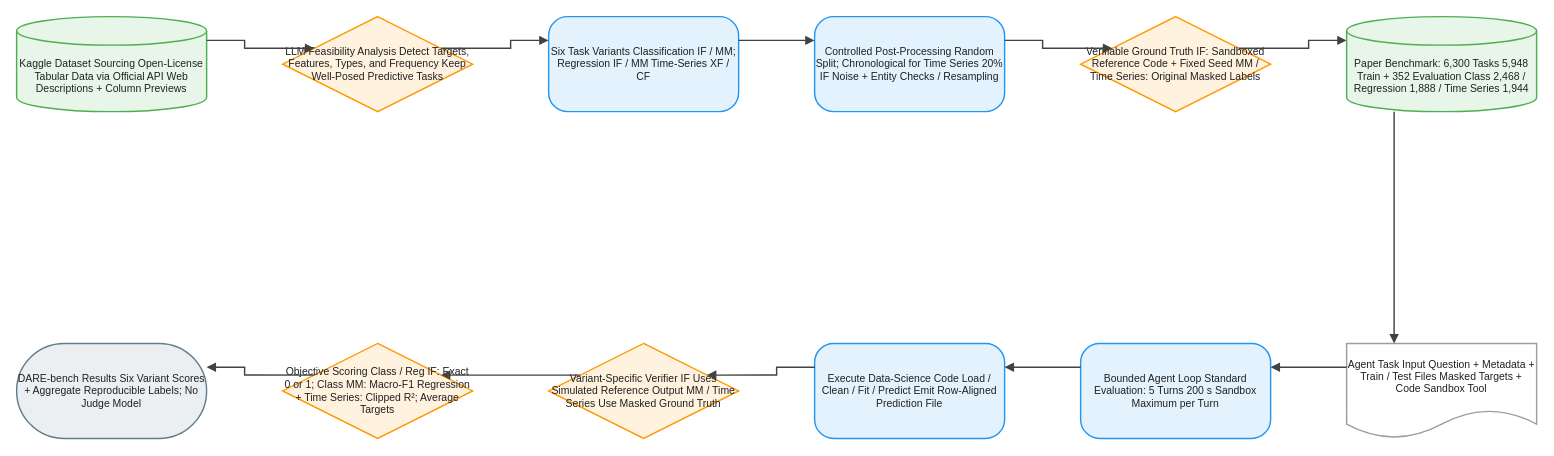
This is client/public/drawio/DARE-bench/DARE-bench.en.drawio from joe1chief/benchmark-hub, a draw.io file, before an edit. Source tidied: cells renumbered, new cells numbered last; positions are measured from the earlier drawing's top-left corner, leaving out a move shared by most shapes. Both pictures are drawn from the tidied source at 95%, with x=0, y=0 at pixel (16, 16).
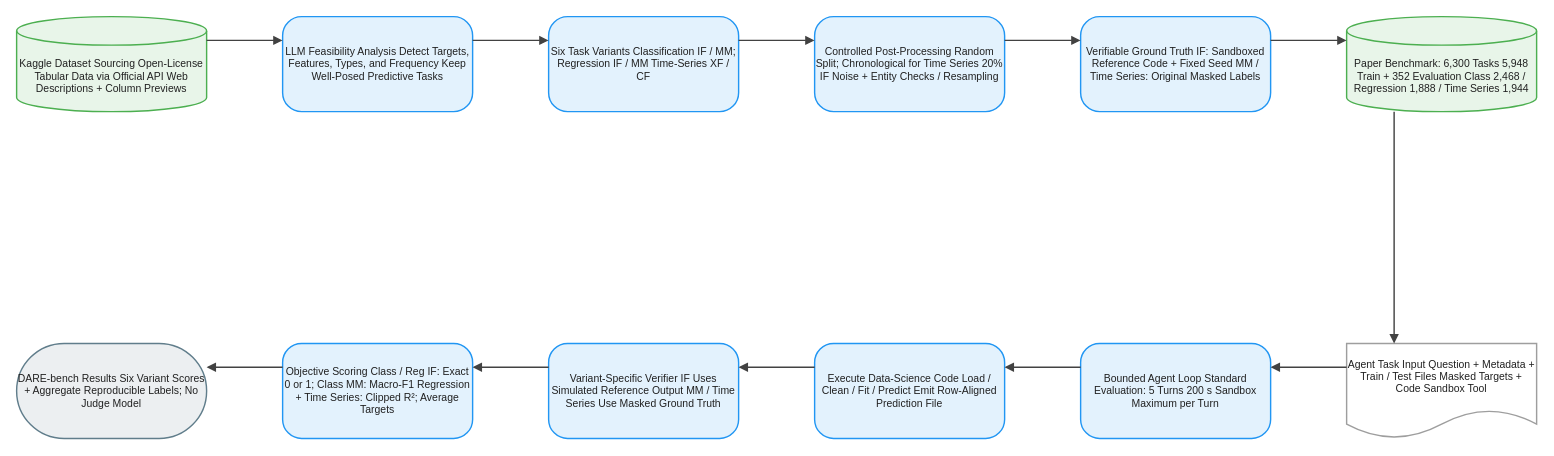
After the change.

Diff of the diagram source:
```diff
@@
-    <mxCell id="3" value="LLM Feasibility Analysis Detect Targets, Features, Types, and Frequency Keep Well-Posed Predictive Tasks" style="rhombus;html=1;whiteSpace=wrap;fillColor=#FFF3E0;strokeColor=#FF9800;strokeWidth=1.5;fontColor=#212121;fontSize=11;fontFamily=Arial, Helvetica, sans-serif;verticalAlign=middle;align=center;" parent="1" vertex="1">
+    <mxCell id="3" value="LLM Feasibility Analysis Detect Targets, Features, Types, and Frequency Keep Well-Posed Predictive Tasks" style="rounded=1;arcSize=20;html=1;whiteSpace=wrap;fillColor=#E3F2FD;strokeColor=#2196F3;strokeWidth=1.5;fontColor=#212121;fontSize=11;fontFamily=Arial, Helvetica, sans-serif;verticalAlign=middle;align=center;" parent="1" vertex="1">
       <mxGeometry x="280" width="200" height="100" as="geometry" />
     </mxCell>
@@
-    <mxCell id="6" value="Verifiable Ground Truth IF: Sandboxed Reference Code + Fixed Seed MM / Time Series: Original Masked Labels" style="rhombus;html=1;whiteSpace=wrap;fillColor=#FFF3E0;strokeColor=#FF9800;strokeWidth=1.5;fontColor=#212121;fontSize=11;fontFamily=Arial, Helvetica, sans-serif;verticalAlign=middle;align=center;" parent="1" vertex="1">
+    <mxCell id="6" value="Verifiable Ground Truth IF: Sandboxed Reference Code + Fixed Seed MM / Time Series: Original Masked Labels" style="rounded=1;arcSize=20;html=1;whiteSpace=wrap;fillColor=#E3F2FD;strokeColor=#2196F3;strokeWidth=1.5;fontColor=#212121;fontSize=11;fontFamily=Arial, Helvetica, sans-serif;verticalAlign=middle;align=center;" parent="1" vertex="1">
       <mxGeometry x="1120" width="200" height="100" as="geometry" />
     </mxCell>
@@
-    <mxCell id="11" value="Variant-Specific Verifier IF Uses Simulated Reference Output MM / Time Series Use Masked Ground Truth" style="rhombus;html=1;whiteSpace=wrap;fillColor=#FFF3E0;strokeColor=#FF9800;strokeWidth=1.5;fontColor=#212121;fontSize=11;fontFamily=Arial, Helvetica, sans-serif;verticalAlign=middle;align=center;" parent="1" vertex="1">
+    <mxCell id="11" value="Variant-Specific Verifier IF Uses Simulated Reference Output MM / Time Series Use Masked Ground Truth" style="rounded=1;arcSize=20;html=1;whiteSpace=wrap;fillColor=#E3F2FD;strokeColor=#2196F3;strokeWidth=1.5;fontColor=#212121;fontSize=11;fontFamily=Arial, Helvetica, sans-serif;verticalAlign=middle;align=center;" parent="1" vertex="1">
       <mxGeometry x="560" y="344" width="200" height="100" as="geometry" />
     </mxCell>
-    <mxCell id="12" value="Objective Scoring Class / Reg IF: Exact 0 or 1; Class MM: Macro-F1 Regression + Time Series: Clipped R²; Average Targets" style="rhombus;html=1;whiteSpace=wrap;fillColor=#FFF3E0;strokeColor=#FF9800;strokeWidth=1.5;fontColor=#212121;fontSize=11;fontFamily=Arial, Helvetica, sans-serif;verticalAlign=middle;align=center;" parent="1" vertex="1">
+    <mxCell id="12" value="Objective Scoring Class / Reg IF: Exact 0 or 1; Class MM: Macro-F1 Regression + Time Series: Clipped R²; Average Targets" style="rounded=1;arcSize=20;html=1;whiteSpace=wrap;fillColor=#E3F2FD;strokeColor=#2196F3;strokeWidth=1.5;fontColor=#212121;fontSize=11;fontFamily=Arial, Helvetica, sans-serif;verticalAlign=middle;align=center;" parent="1" vertex="1">
       <mxGeometry x="280" y="344" width="200" height="100" as="geometry" />
     </mxCell>
```
